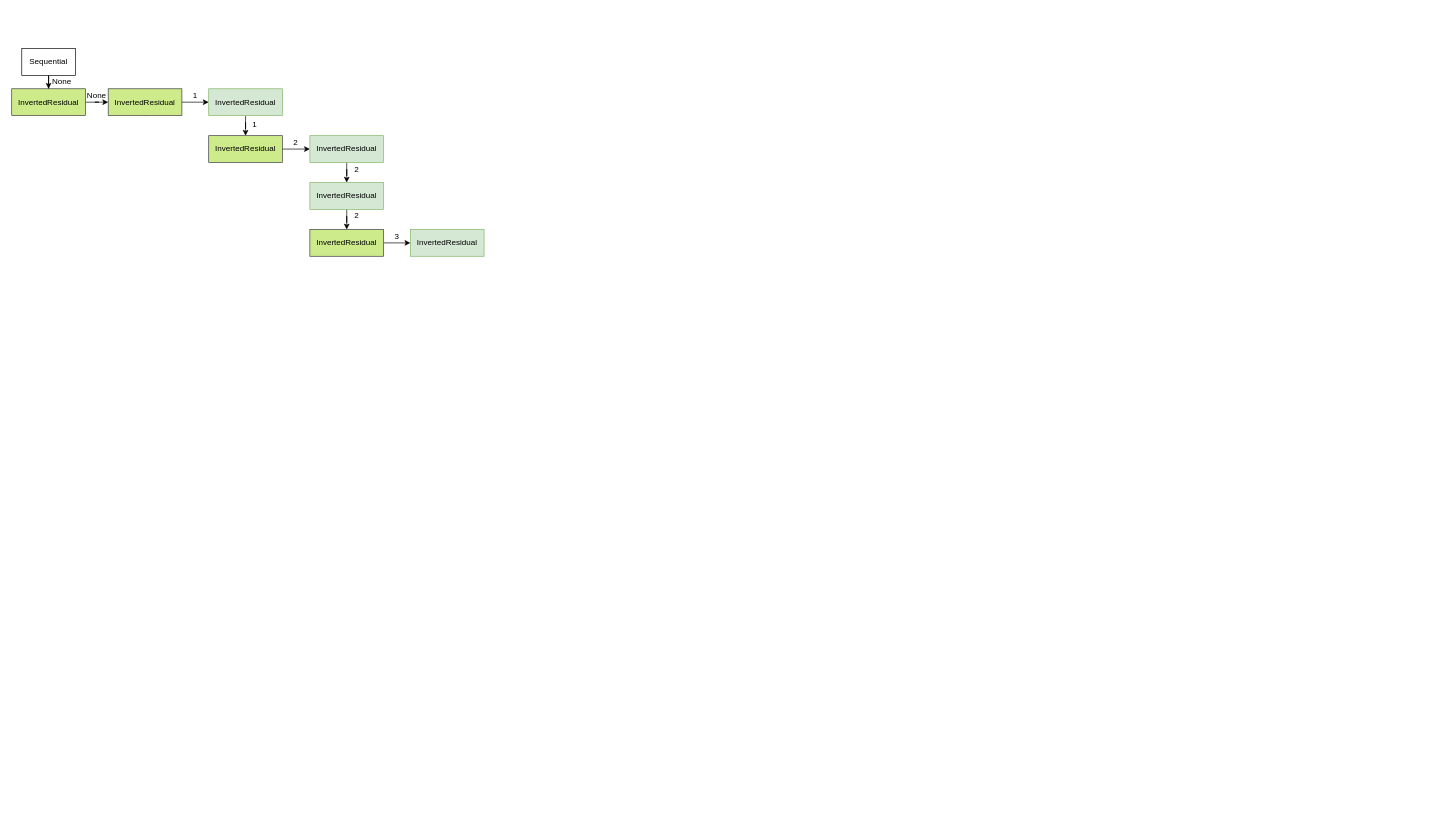
Earlier version of the draw.io diagram Untitled Diagram.drawio (SingerGao/Graph). Source tidied: cells renumbered, new cells numbered last; positions are measured from the earlier drawing's top-left corner, leaving out a move shared by most shapes. Both pictures are drawn from the tidied source at 67%, with x=0, y=0 at pixel (11, 48).
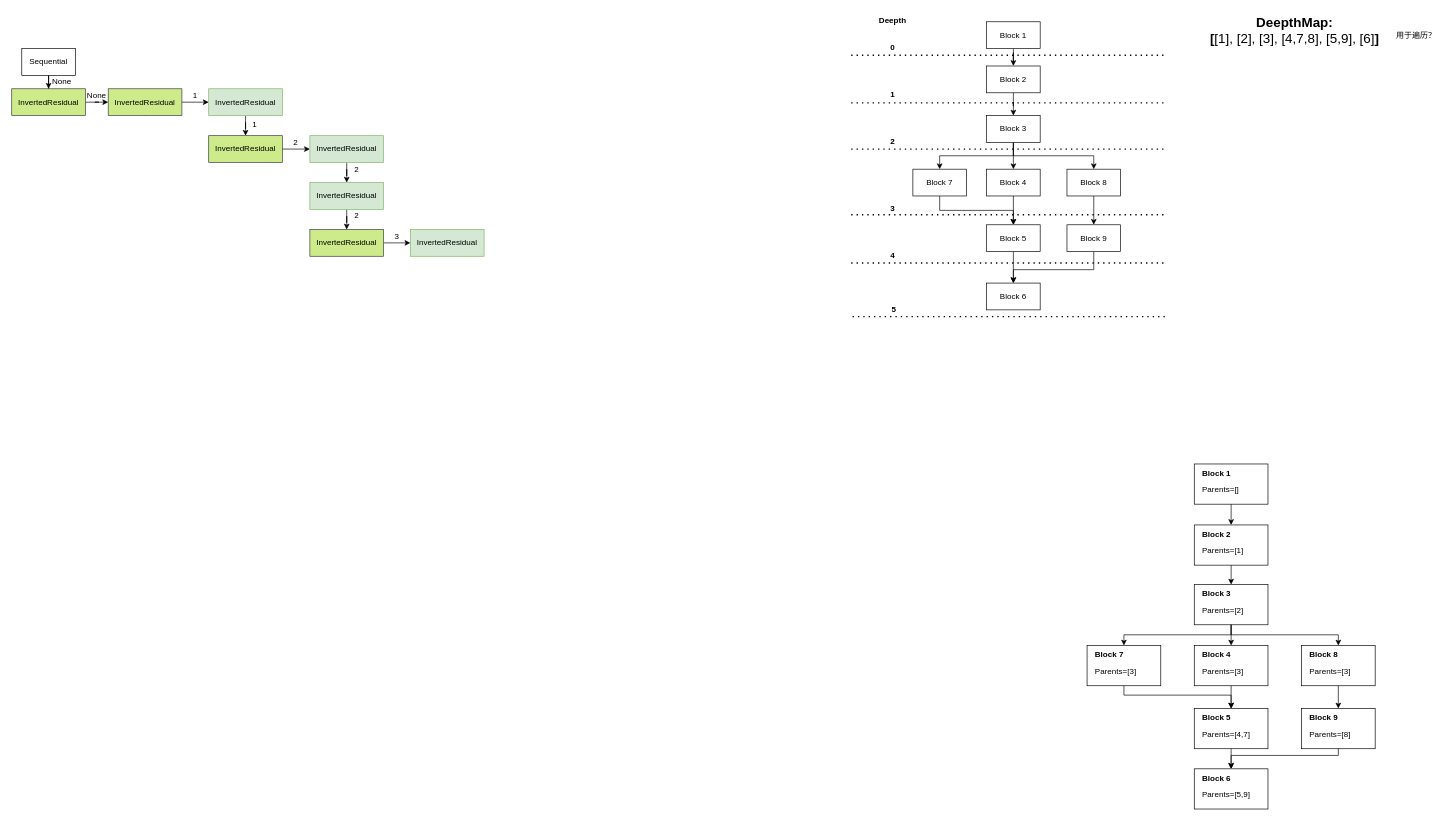
After the change.

What changed in the source:
```diff
@@
+    <mxCell id="27" style="edgeStyle=orthogonalEdgeStyle;rounded=0;jettySize=auto;html=1;exitX=0.5;exitY=1;exitDx=0;exitDy=0;" parent="1" edge="1" source="28" target="30">
+      <mxGeometry relative="1" as="geometry" />
+    </mxCell>
+    <mxCell id="28" value="Block 1" style="rounded=0;whiteSpace=wrap;html=1;" parent="1" vertex="1">
+      <mxGeometry x="1455" y="-40" width="80" height="40" as="geometry" />
+    </mxCell>
+    <mxCell id="29" style="edgeStyle=orthogonalEdgeStyle;rounded=0;jettySize=auto;html=1;exitX=0.5;exitY=1;exitDx=0;exitDy=0;" parent="1" edge="1" source="30" target="34">
+      <mxGeometry relative="1" as="geometry" />
+    </mxCell>
+    <mxCell id="30" value="Block 2" style="rounded=0;whiteSpace=wrap;html=1;" parent="1" vertex="1">
+      <mxGeometry x="1455" y="26" width="80" height="40" as="geometry" />
+    </mxCell>
+    <mxCell id="31" style="edgeStyle=orthogonalEdgeStyle;rounded=0;jettySize=auto;html=1;exitX=0.5;exitY=1;exitDx=0;exitDy=0;entryX=0.5;entryY=0;entryDx=0;entryDy=0;" parent="1" edge="1" source="34" target="36">
+      <mxGeometry relative="1" as="geometry" />
+    </mxCell>
+    <mxCell id="32" style="edgeStyle=orthogonalEdgeStyle;rounded=0;jettySize=auto;html=1;exitX=0.5;exitY=1;exitDx=0;exitDy=0;" parent="1" edge="1" source="34" target="38">
+      <mxGeometry relative="1" as="geometry" />
+    </mxCell>
+    <mxCell id="33" style="edgeStyle=orthogonalEdgeStyle;rounded=0;jettySize=auto;html=1;exitX=0.5;exitY=1;exitDx=0;exitDy=0;" parent="1" edge="1" source="34" target="40">
+      <mxGeometry relative="1" as="geometry" />
+    </mxCell>
+    <mxCell id="34" value="Block 3" style="rounded=0;whiteSpace=wrap;html=1;" parent="1" vertex="1">
+      <mxGeometry x="1455" y="100" width="80" height="40" as="geometry" />
+    </mxCell>
+    <mxCell id="35" style="edgeStyle=orthogonalEdgeStyle;rounded=0;jettySize=auto;html=1;exitX=0.5;exitY=1;exitDx=0;exitDy=0;" parent="1" edge="1" source="36" target="42">
+      <mxGeometry relative="1" as="geometry" />
+    </mxCell>
+    <mxCell id="36" value="Block 4" style="rounded=0;whiteSpace=wrap;html=1;" parent="1" vertex="1">
+      <mxGeometry x="1455" y="180" width="80" height="40" as="geometry" />
+    </mxCell>
+    <mxCell id="37" style="edgeStyle=orthogonalEdgeStyle;rounded=0;jettySize=auto;html=1;exitX=0.5;exitY=1;exitDx=0;exitDy=0;" parent="1" edge="1" source="38" target="42">
+      <mxGeometry relative="1" as="geometry" />
+    </mxCell>
+    <mxCell id="38" value="Block 7" style="rounded=0;whiteSpace=wrap;html=1;" parent="1" vertex="1">
+      <mxGeometry x="1345" y="180" width="80" height="40" as="geometry" />
+    </mxCell>
+    <mxCell id="39" style="edgeStyle=orthogonalEdgeStyle;rounded=0;jettySize=auto;html=1;exitX=0.5;exitY=1;exitDx=0;exitDy=0;" parent="1" edge="1" source="40" target="55">
+      <mxGeometry relative="1" as="geometry" />
+    </mxCell>
+    <mxCell id="40" value="Block 8" style="rounded=0;whiteSpace=wrap;html=1;" parent="1" vertex="1">
+      <mxGeometry x="1575" y="180" width="80" height="40" as="geometry" />
+    </mxCell>
+    <mxCell id="41" style="edgeStyle=orthogonalEdgeStyle;rounded=0;jettySize=auto;html=1;exitX=0.5;exitY=1;exitDx=0;exitDy=0;entryX=0.5;entryY=0;entryDx=0;entryDy=0;" parent="1" edge="1" source="42" target="58">
+      <mxGeometry relative="1" as="geometry" />
+    </mxCell>
+    <mxCell id="42" value="Block 5" style="rounded=0;whiteSpace=wrap;html=1;" parent="1" vertex="1">
+      <mxGeometry x="1455" y="263" width="80" height="40" as="geometry" />
+    </mxCell>
+    <mxCell id="43" style="endArrow=none;dashed=1;html=1;dashPattern=1 3;strokeWidth=2;" parent="1" edge="1">
+      <mxGeometry relative="1" as="geometry">
+        <mxPoint x="1253" y="10" as="sourcePoint" />
+        <mxPoint x="1723" y="10" as="targetPoint" />
+      </mxGeometry>
+    </mxCell>
+    <mxCell id="44" style="endArrow=none;dashed=1;html=1;dashPattern=1 3;strokeWidth=2;" parent="1" edge="1">
+      <mxGeometry relative="1" as="geometry">
+        <mxPoint x="1253" y="81" as="sourcePoint" />
+        <mxPoint x="1723" y="81" as="targetPoint" />
+      </mxGeometry>
+    </mxCell>
+    <mxCell id="45" style="endArrow=none;dashed=1;html=1;dashPattern=1 3;strokeWidth=2;" parent="1" edge="1">
+      <mxGeometry relative="1" as="geometry">
+        <mxPoint x="1253" y="150" as="sourcePoint" />
+        <mxPoint x="1723" y="150" as="targetPoint" />
+      </mxGeometry>
+    </mxCell>
+    <mxCell id="46" style="endArrow=none;dashed=1;html=1;dashPattern=1 3;strokeWidth=2;" parent="1" edge="1">
+      <mxGeometry relative="1" as="geometry">
+        <mxPoint x="1253" y="248" as="sourcePoint" />
+        <mxPoint x="1723" y="248" as="targetPoint" />
+      </mxGeometry>
+    </mxCell>
+    <mxCell id="47" style="endArrow=none;dashed=1;html=1;dashPattern=1 3;strokeWidth=2;" parent="1" edge="1">
+      <mxGeometry relative="1" as="geometry">
+        <mxPoint x="1253" y="320" as="sourcePoint" />
+        <mxPoint x="1723" y="320" as="targetPoint" />
+      </mxGeometry>
+    </mxCell>
+    <mxCell id="48" value="&lt;b&gt;Deepth&lt;/b&gt;" style="text;html=1;strokeColor=none;fillColor=none;align=center;verticalAlign=middle;whiteSpace=wrap;rounded=0;" parent="1" vertex="1">
+      <mxGeometry x="1295" y="-51" width="40" height="20" as="geometry" />
+    </mxCell>
+    <mxCell id="49" value="&lt;b&gt;0&lt;/b&gt;" style="text;html=1;strokeColor=none;fillColor=none;align=center;verticalAlign=middle;whiteSpace=wrap;rounded=0;" parent="1" vertex="1">
+      <mxGeometry x="1295" y="-12" width="40" height="20" as="geometry" />
+    </mxCell>
+    <mxCell id="50" value="1" style="text;html=1;strokeColor=none;fillColor=none;align=center;verticalAlign=middle;whiteSpace=wrap;rounded=0;fontStyle=1;" parent="1" vertex="1">
+      <mxGeometry x="1295" y="59" width="40" height="20" as="geometry" />
+    </mxCell>
+    <mxCell id="51" value="2" style="text;html=1;strokeColor=none;fillColor=none;align=center;verticalAlign=middle;whiteSpace=wrap;rounded=0;fontStyle=1;" parent="1" vertex="1">
+      <mxGeometry x="1295" y="129" width="40" height="20" as="geometry" />
+    </mxCell>
+    <mxCell id="52" value="3" style="text;html=1;strokeColor=none;fillColor=none;align=center;verticalAlign=middle;whiteSpace=wrap;rounded=0;fontStyle=1;" parent="1" vertex="1">
+      <mxGeometry x="1295" y="229" width="40" height="20" as="geometry" />
+    </mxCell>
+    <mxCell id="53" value="4" style="text;html=1;strokeColor=none;fillColor=none;align=center;verticalAlign=middle;whiteSpace=wrap;rounded=0;fontStyle=1;" parent="1" vertex="1">
+      <mxGeometry x="1295" y="299" width="40" height="20" as="geometry" />
+    </mxCell>
+    <mxCell id="54" style="edgeStyle=orthogonalEdgeStyle;rounded=0;jettySize=auto;html=1;exitX=0.5;exitY=1;exitDx=0;exitDy=0;entryX=0.5;entryY=0;entryDx=0;entryDy=0;" parent="1" edge="1" source="55" target="58">
+      <mxGeometry relative="1" as="geometry">
+        <Array as="points">
+          <mxPoint x="1615" y="330" />
+          <mxPoint x="1495" y="330" />
+        </Array>
+      </mxGeometry>
+    </mxCell>
+    <mxCell id="55" value="Block 9" style="rounded=0;whiteSpace=wrap;html=1;" parent="1" vertex="1">
+      <mxGeometry x="1575" y="263" width="80" height="40" as="geometry" />
+    </mxCell>
+    <mxCell id="56" style="endArrow=none;dashed=1;html=1;dashPattern=1 3;strokeWidth=2;" parent="1" edge="1">
+      <mxGeometry relative="1" as="geometry">
+        <mxPoint x="1255" y="400" as="sourcePoint" />
+        <mxPoint x="1725" y="400" as="targetPoint" />
+      </mxGeometry>
+    </mxCell>
+    <mxCell id="57" value="5" style="text;html=1;strokeColor=none;fillColor=none;align=center;verticalAlign=middle;whiteSpace=wrap;rounded=0;fontStyle=1;" parent="1" vertex="1">
+      <mxGeometry x="1297" y="379" width="40" height="20" as="geometry" />
+    </mxCell>
+    <mxCell id="58" value="Block 6" style="rounded=0;whiteSpace=wrap;html=1;" parent="1" vertex="1">
+      <mxGeometry x="1455" y="350" width="80" height="40" as="geometry" />
+    </mxCell>
+    <mxCell id="59" value="&lt;div&gt;&lt;b&gt;&lt;font style=&quot;font-size: 20px&quot;&gt;DeepthMap:&lt;/font&gt;&lt;/b&gt;&lt;/div&gt;&lt;div&gt;&lt;b&gt;&lt;font style=&quot;font-size: 20px&quot;&gt;[&lt;/font&gt;&lt;/b&gt;&lt;font style=&quot;font-size: 20px&quot;&gt;[1], [2], [3], [4,7,8], [5,9], [6]&lt;/font&gt;&lt;b&gt;&lt;font style=&quot;font-size: 20px&quot;&gt;]&lt;/font&gt;&lt;/b&gt;&lt;/div&gt;" style="text;html=1;strokeColor=none;fillColor=none;align=center;verticalAlign=middle;whiteSpace=wrap;rounded=0;" parent="1" vertex="1">
+      <mxGeometry x="1785" y="-55.5" width="260" height="55.5" as="geometry" />
+    </mxCell>
+    <mxCell id="60" value="用于遍历？" style="text;html=1;strokeColor=none;fillColor=none;align=center;verticalAlign=middle;whiteSpace=wrap;rounded=0;" parent="1" vertex="1">
+      <mxGeometry x="2057" y="-35" width="79" height="30" as="geometry" />
+    </mxCell>
+    <mxCell id="61" style="group;" parent="1" vertex="1">
+      <mxGeometry x="1765" y="620" width="110" height="60" as="geometry" />
+    </mxCell>
+    <mxCell id="62" style="rounded=0;whiteSpace=wrap;html=1;" parent="61" vertex="1">
+      <mxGeometry width="110" height="60" as="geometry" />
+    </mxCell>
+    <mxCell id="63" value="Block 1" style="text;whiteSpace=wrap;html=1;fontStyle=1;" parent="61" vertex="1">
+      <mxGeometry x="10" width="60" height="30" as="geometry" />
+    </mxCell>
+    <mxCell id="64" value="Parents=[]" style="text;whiteSpace=wrap;html=1;" parent="61" vertex="1">
+      <mxGeometry x="10" y="25" width="80" height="20" as="geometry" />
+    </mxCell>
+    <mxCell id="65" style="group;" parent="1" vertex="1">
+      <mxGeometry x="1765" y="711" width="110" height="60" as="geometry" />
+    </mxCell>
+    <mxCell id="66" style="rounded=0;whiteSpace=wrap;html=1;" parent="65" vertex="1">
+      <mxGeometry width="110" height="60" as="geometry" />
+    </mxCell>
+    <mxCell id="67" value="Block 2" style="text;whiteSpace=wrap;html=1;fontStyle=1;" parent="65" vertex="1">
+      <mxGeometry x="10" width="60" height="30" as="geometry" />
+    </mxCell>
+    <mxCell id="68" value="Parents=[1]" style="text;whiteSpace=wrap;html=1;" parent="65" vertex="1">
+      <mxGeometry x="10" y="25" width="80" height="20" as="geometry" />
+    </mxCell>
+    <mxCell id="69" style="group;" parent="1" vertex="1">
+      <mxGeometry x="1765" y="800" width="110" height="60" as="geometry" />
+    </mxCell>
+    <mxCell id="70" style="rounded=0;whiteSpace=wrap;html=1;" parent="69" vertex="1">
+      <mxGeometry width="110" height="60" as="geometry" />
+    </mxCell>
+    <mxCell id="71" value="Block 3" style="text;whiteSpace=wrap;html=1;fontStyle=1;" parent="69" vertex="1">
+      <mxGeometry x="10" width="60" height="30" as="geometry" />
+    </mxCell>
+    <mxCell id="72" value="Parents=[2]" style="text;whiteSpace=wrap;html=1;" parent="69" vertex="1">
+      <mxGeometry x="10" y="25" width="80" height="20" as="geometry" />
+    </mxCell>
+    <mxCell id="73" style="group;" parent="1" vertex="1">
+      <mxGeometry x="1765" y="891" width="110" height="60" as="geometry" />
+    </mxCell>
+    <mxCell id="74" style="rounded=0;whiteSpace=wrap;html=1;" parent="73" vertex="1">
+      <mxGeometry width="110" height="60" as="geometry" />
+    </mxCell>
+    <mxCell id="75" value="Block 4" style="text;whiteSpace=wrap;html=1;fontStyle=1;" parent="73" vertex="1">
+      <mxGeometry x="10" width="60" height="30" as="geometry" />
+    </mxCell>
+    <mxCell id="76" value="Parents=[3]" style="text;whiteSpace=wrap;html=1;" parent="73" vertex="1">
+      <mxGeometry x="10" y="25" width="80" height="20" as="geometry" />
+    </mxCell>
+    <mxCell id="77" style="group;" parent="1" vertex="1">
+      <mxGeometry x="1765" y="985" width="110" height="60" as="geometry" />
+    </mxCell>
+    <mxCell id="78" style="rounded=0;whiteSpace=wrap;html=1;" parent="77" vertex="1">
+      <mxGeometry width="110" height="60" as="geometry" />
+    </mxCell>
+    <mxCell id="79" value="Block 5" style="text;whiteSpace=wrap;html=1;fontStyle=1;" parent="77" vertex="1">
+      <mxGeometry x="10" width="60" height="30" as="geometry" />
+    </mxCell>
+    <mxCell id="80" value="Parents=[4,7]" style="text;whiteSpace=wrap;html=1;" parent="77" vertex="1">
+      <mxGeometry x="10" y="25" width="80" height="20" as="geometry" />
+    </mxCell>
+    <mxCell id="81" style="edgeStyle=orthogonalEdgeStyle;rounded=0;jettySize=auto;html=1;exitX=0.5;exitY=1;exitDx=0;exitDy=0;entryX=0.75;entryY=0;entryDx=0;entryDy=0;" parent="1" edge="1" source="62" target="67">
+      <mxGeometry relative="1" as="geometry" />
+    </mxCell>
+    <mxCell id="82" style="edgeStyle=orthogonalEdgeStyle;rounded=0;jettySize=auto;html=1;exitX=0.5;exitY=1;exitDx=0;exitDy=0;entryX=0.75;entryY=0;entryDx=0;entryDy=0;" parent="1" edge="1" source="66" target="71">
+      <mxGeometry relative="1" as="geometry" />
+    </mxCell>
+    <mxCell id="83" style="edgeStyle=orthogonalEdgeStyle;rounded=0;jettySize=auto;html=1;exitX=0.5;exitY=1;exitDx=0;exitDy=0;entryX=0.75;entryY=0;entryDx=0;entryDy=0;" parent="1" edge="1" source="70" target="75">
+      <mxGeometry relative="1" as="geometry" />
+    </mxCell>
+    <mxCell id="84" style="edgeStyle=orthogonalEdgeStyle;rounded=0;jettySize=auto;html=1;exitX=0.5;exitY=1;exitDx=0;exitDy=0;entryX=0.75;entryY=0;entryDx=0;entryDy=0;" parent="1" edge="1" source="74" target="79">
+      <mxGeometry relative="1" as="geometry" />
+    </mxCell>
+    <mxCell id="85" style="group;" parent="1" vertex="1">
+      <mxGeometry x="1765" y="1075" width="110" height="60" as="geometry" />
+    </mxCell>
+    <mxCell id="86" style="rounded=0;whiteSpace=wrap;html=1;" parent="85" vertex="1">
+      <mxGeometry width="110" height="60" as="geometry" />
+    </mxCell>
+    <mxCell id="87" value="Block 6" style="text;whiteSpace=wrap;html=1;fontStyle=1;" parent="85" vertex="1">
+      <mxGeometry x="10" width="60" height="30" as="geometry" />
+    </mxCell>
+    <mxCell id="88" value="Parents=[5,9]" style="text;whiteSpace=wrap;html=1;" parent="85" vertex="1">
+      <mxGeometry x="10" y="25" width="80" height="20" as="geometry" />
+    </mxCell>
+    <mxCell id="89" style="group;" parent="1" vertex="1">
+      <mxGeometry x="1605" y="891" width="110" height="60" as="geometry" />
+    </mxCell>
+    <mxCell id="90" style="rounded=0;whiteSpace=wrap;html=1;" parent="89" vertex="1">
+      <mxGeometry width="110" height="60" as="geometry" />
+    </mxCell>
+    <mxCell id="91" value="Block 7" style="text;whiteSpace=wrap;html=1;fontStyle=1;" parent="89" vertex="1">
+      <mxGeometry x="10" width="60" height="30" as="geometry" />
+    </mxCell>
+    <mxCell id="92" value="Parents=[3]" style="text;whiteSpace=wrap;html=1;" parent="89" vertex="1">
+      <mxGeometry x="10" y="25" width="80" height="20" as="geometry" />
+    </mxCell>
+    <mxCell id="93" style="group;" parent="1" vertex="1">
+      <mxGeometry x="1925" y="891" width="110" height="60" as="geometry" />
+    </mxCell>
+    <mxCell id="94" style="rounded=0;whiteSpace=wrap;html=1;" parent="93" vertex="1">
+      <mxGeometry width="110" height="60" as="geometry" />
+    </mxCell>
+    <mxCell id="95" value="Block 8" style="text;whiteSpace=wrap;html=1;fontStyle=1;" parent="93" vertex="1">
+      <mxGeometry x="10" width="60" height="30" as="geometry" />
+    </mxCell>
+    <mxCell id="96" value="Parents=[3]" style="text;whiteSpace=wrap;html=1;" parent="93" vertex="1">
+      <mxGeometry x="10" y="25" width="80" height="20" as="geometry" />
+    </mxCell>
+    <mxCell id="97" style="group;" parent="1" vertex="1">
+      <mxGeometry x="1925" y="985" width="110" height="60" as="geometry" />
+    </mxCell>
+    <mxCell id="98" style="rounded=0;whiteSpace=wrap;html=1;" parent="97" vertex="1">
+      <mxGeometry width="110" height="60" as="geometry" />
+    </mxCell>
+    <mxCell id="99" value="Block 9" style="text;whiteSpace=wrap;html=1;fontStyle=1;" parent="97" vertex="1">
+      <mxGeometry x="10" width="60" height="30" as="geometry" />
+    </mxCell>
+    <mxCell id="100" value="Parents=[8]" style="text;whiteSpace=wrap;html=1;" parent="97" vertex="1">
+      <mxGeometry x="10" y="25" width="80" height="20" as="geometry" />
+    </mxCell>
+    <mxCell id="101" style="edgeStyle=orthogonalEdgeStyle;rounded=0;jettySize=auto;html=1;exitX=0.5;exitY=1;exitDx=0;exitDy=0;entryX=0.75;entryY=0;entryDx=0;entryDy=0;" parent="1" edge="1" source="70" target="91">
+      <mxGeometry relative="1" as="geometry">
+        <Array as="points">
+          <mxPoint x="1820" y="875" />
+          <mxPoint x="1660" y="875" />
+        </Array>
+      </mxGeometry>
+    </mxCell>
+    <mxCell id="102" style="edgeStyle=orthogonalEdgeStyle;rounded=0;jettySize=auto;html=1;exitX=0.5;exitY=1;exitDx=0;exitDy=0;entryX=0.75;entryY=0;entryDx=0;entryDy=0;" parent="1" edge="1" source="70" target="95">
+      <mxGeometry relative="1" as="geometry">
+        <Array as="points">
+          <mxPoint x="1820" y="875" />
+          <mxPoint x="1980" y="875" />
+        </Array>
+      </mxGeometry>
+    </mxCell>
+    <mxCell id="103" style="edgeStyle=orthogonalEdgeStyle;rounded=0;jettySize=auto;html=1;exitX=0.5;exitY=1;exitDx=0;exitDy=0;entryX=0.75;entryY=0;entryDx=0;entryDy=0;" parent="1" edge="1" source="94" target="99">
+      <mxGeometry relative="1" as="geometry" />
+    </mxCell>
+    <mxCell id="104" style="edgeStyle=orthogonalEdgeStyle;rounded=0;jettySize=auto;html=1;exitX=0.5;exitY=1;exitDx=0;exitDy=0;entryX=0.5;entryY=0;entryDx=0;entryDy=0;" parent="1" edge="1" source="98" target="86">
+      <mxGeometry relative="1" as="geometry">
+        <Array as="points">
+          <mxPoint x="1980" y="1055" />
+          <mxPoint x="1820" y="1055" />
+        </Array>
+      </mxGeometry>
+    </mxCell>
+    <mxCell id="105" style="edgeStyle=orthogonalEdgeStyle;rounded=0;jettySize=auto;html=1;exitX=0.5;exitY=1;exitDx=0;exitDy=0;" parent="1" edge="1" source="78">
+      <mxGeometry relative="1" as="geometry">
+        <mxPoint x="1820" y="1075" as="targetPoint" />
+      </mxGeometry>
+    </mxCell>
+    <mxCell id="106" style="edgeStyle=orthogonalEdgeStyle;rounded=0;jettySize=auto;html=1;exitX=0.5;exitY=1;exitDx=0;exitDy=0;entryX=0.75;entryY=0;entryDx=0;entryDy=0;" parent="1" edge="1" source="90" target="79">
+      <mxGeometry relative="1" as="geometry">
+        <Array as="points">
+          <mxPoint x="1660" y="965" />
+          <mxPoint x="1820" y="965" />
+        </Array>
+      </mxGeometry>
+    </mxCell>
```
